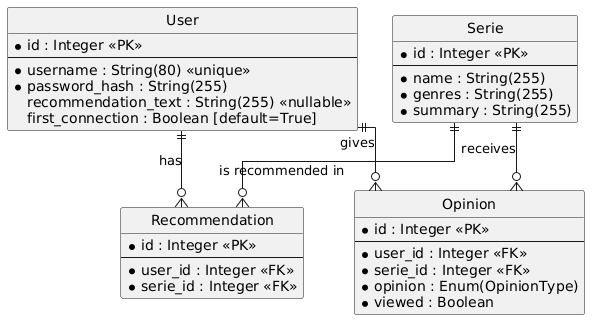
Above: doc/database_schema.png in MathisHeriveau/projet-web (PlantUML), before the change. Source of this version:
```plantuml
@startuml
hide circle
skinparam linetype ortho


entity "User" as user {
  * id : Integer <<PK>>
  --
  * username : String(80) <<unique>>
  * password_hash : String(255)
  recommendation_text : String(255) <<nullable>>
  first_connection : Boolean [default=True]
}

entity "Recommendation" as recommendation {
  * id : Integer <<PK>>
  --
  * user_id : Integer <<FK>>
  * serie_id : Integer <<FK>>
}

entity "Opinion" as opinion {
  * id : Integer <<PK>>
  --
  * user_id : Integer <<FK>>
  * serie_id : Integer <<FK>>
  * opinion : Enum(OpinionType)
  * viewed : Boolean
}

entity "Serie" as serie {
  * id : Integer <<PK>>
  --
  * name : String(255)
  * genres : String(255)
  * summary : String(255)
}


user ||--o{ recommendation : "has"

serie ||--o{ recommendation : "is recommended in"

user ||--o{ opinion : "gives"

serie ||--o{ opinion : "receives"
@enduml
```
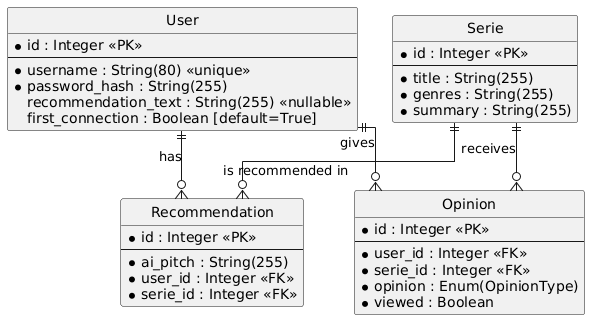
After the change.

The edit, as a diff of the source:
```diff
@@ -15,6 +15,7 @@
 entity "Recommendation" as recommendation {
   * id : Integer <<PK>>
   --
+  * ai_pitch : String(255)
   * user_id : Integer <<FK>>
   * serie_id : Integer <<FK>>
 }
@@ -31,7 +32,7 @@
 entity "Serie" as serie {
   * id : Integer <<PK>>
   --
-  * name : String(255)
+  * title : String(255)
   * genres : String(255)
   * summary : String(255)
 }
```
